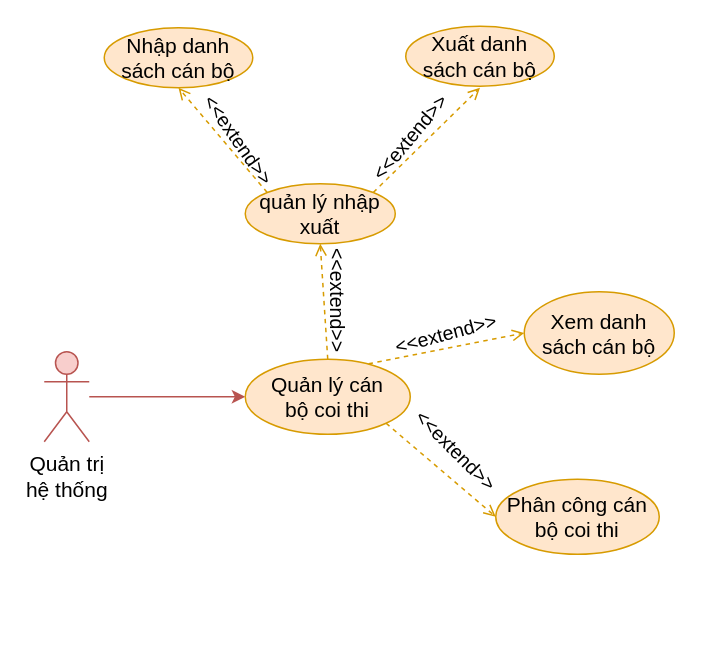
This is document/temp/draw/usecase_phanra/usecase_cbct.drawio from copecute/Edudex-Quiz, a draw.io file, before an edit. Source tidied: cells renumbered, new cells numbered last; positions are measured from the earlier drawing's top-left corner, leaving out a move shared by most shapes. Both pictures are drawn from the tidied source at 150%, with x=0, y=0 at pixel (44, 26).
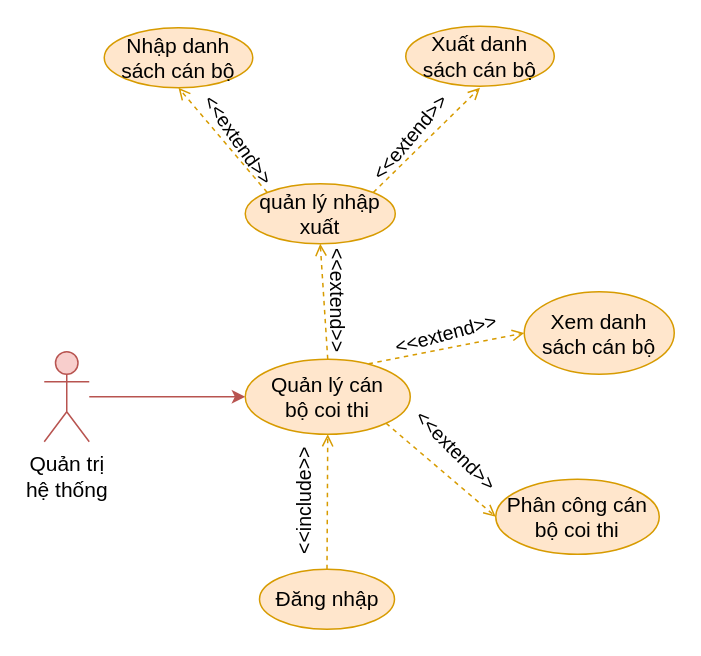
After the change.

The edit, as a diff of the source:
```diff
@@
+    <mxCell id="20" style="rounded=0;jettySize=auto;html=1;exitX=0.5;exitY=0;exitDx=0;exitDy=0;entryX=0.5;entryY=1;entryDx=0;entryDy=0;fillColor=#ffe6cc;strokeColor=#d79b00;endArrow=open;endFill=0;dashed=1;" parent="1" edge="1" source="21">
+      <mxGeometry relative="1" as="geometry">
+        <mxPoint x="189" y="272" as="targetPoint" />
+      </mxGeometry>
+    </mxCell>
+    <mxCell id="21" value="Đăng nhập" style="ellipse;whiteSpace=wrap;html=1;fillColor=#ffe6cc;strokeColor=#d79b00;fontSize=14;" parent="1" vertex="1">
+      <mxGeometry x="143.5" y="362" width="90" height="40" as="geometry" />
+    </mxCell>
+    <mxCell id="22" value="&lt;font style=&quot;font-size: 13px;&quot;&gt;&amp;lt;&amp;lt;include&amp;gt;&amp;gt;&lt;/font&gt;" style="text;html=1;strokeColor=none;fillColor=none;align=center;verticalAlign=middle;whiteSpace=wrap;rounded=0;rotation=-90;fontSize=13;" parent="1" vertex="1">
+      <mxGeometry x="143.5" y="302" width="60" height="30" as="geometry" />
+    </mxCell>
```
